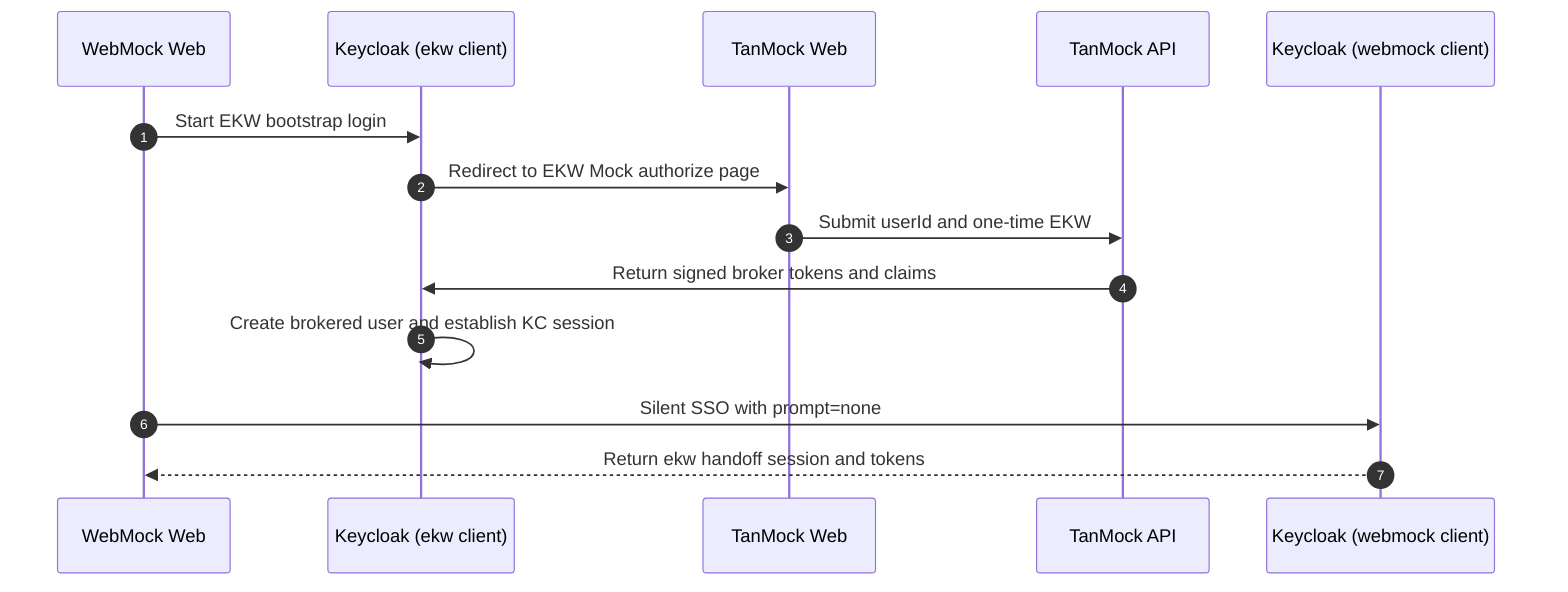
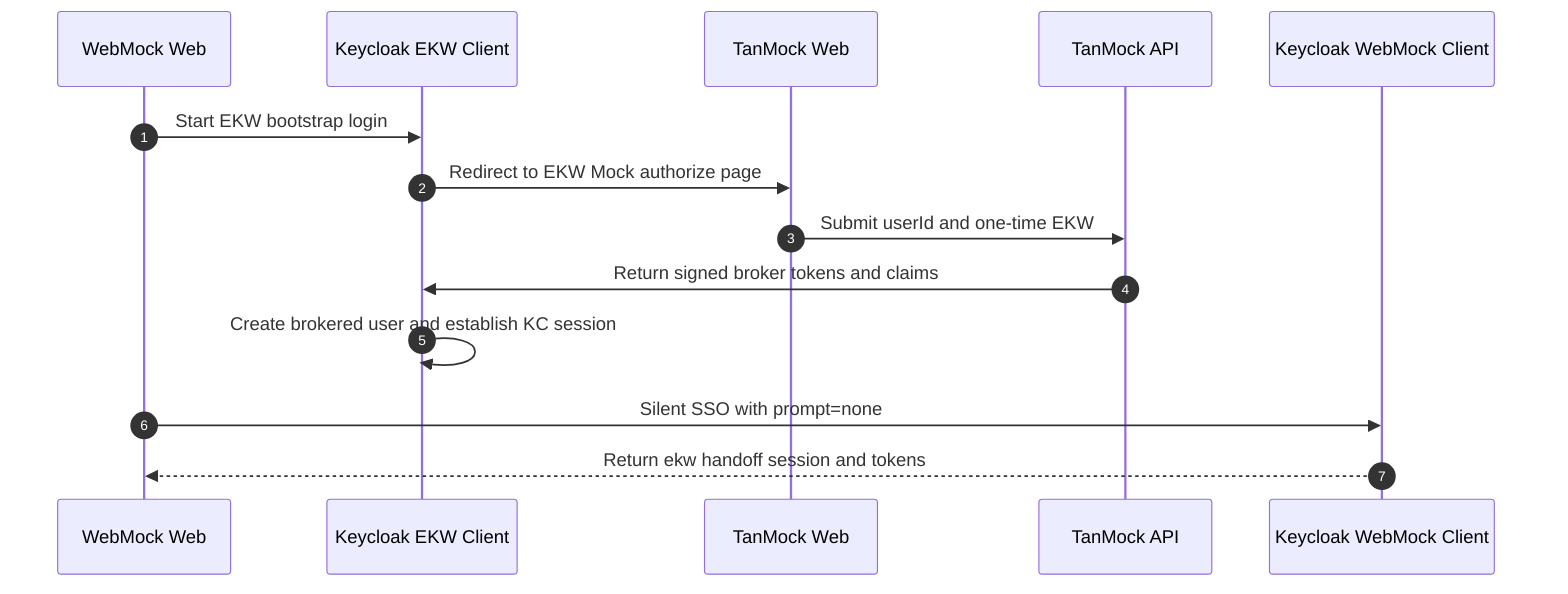
sequenceDiagram
  autonumber
  participant WM as WebMock Web
-   participant KC_E as Keycloak (ekw client)
+   participant KC_E as Keycloak EKW Client
  participant TM as TanMock Web
  participant TMA as TanMock API
-   participant KC_W as Keycloak (webmock client)
+   participant KC_W as Keycloak WebMock Client

  WM->>KC_E: Start EKW bootstrap login
  KC_E->>TM: Redirect to EKW Mock authorize page
  TM->>TMA: Submit userId and one-time EKW
  TMA->>KC_E: Return signed broker tokens and claims
  KC_E->>KC_E: Create brokered user and establish KC session
  WM->>KC_W: Silent SSO with prompt=none
-   KC_W-->>WM: Return ekw handoff session and tokens+   KC_W-->>WM: Return ekw handoff session and tokens
